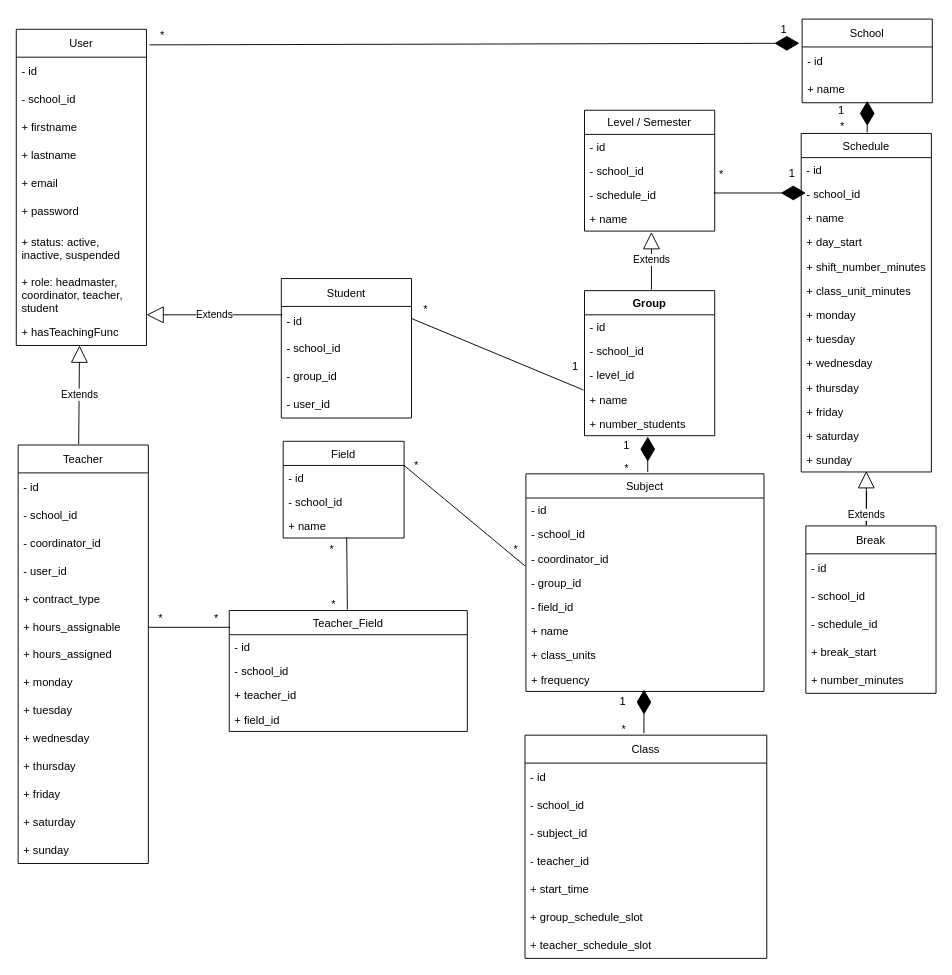
Earlier version of the draw.io diagram stages/3_Design/entities/entities_UML.drawio (JeromeVargas/schedule_maker). Source tidied: cells renumbered, new cells numbered last; positions are measured from the earlier drawing's top-left corner, leaving out a move shared by most shapes. Both pictures are drawn from the tidied source at 93%, with x=0, y=0 at pixel (16, 16).
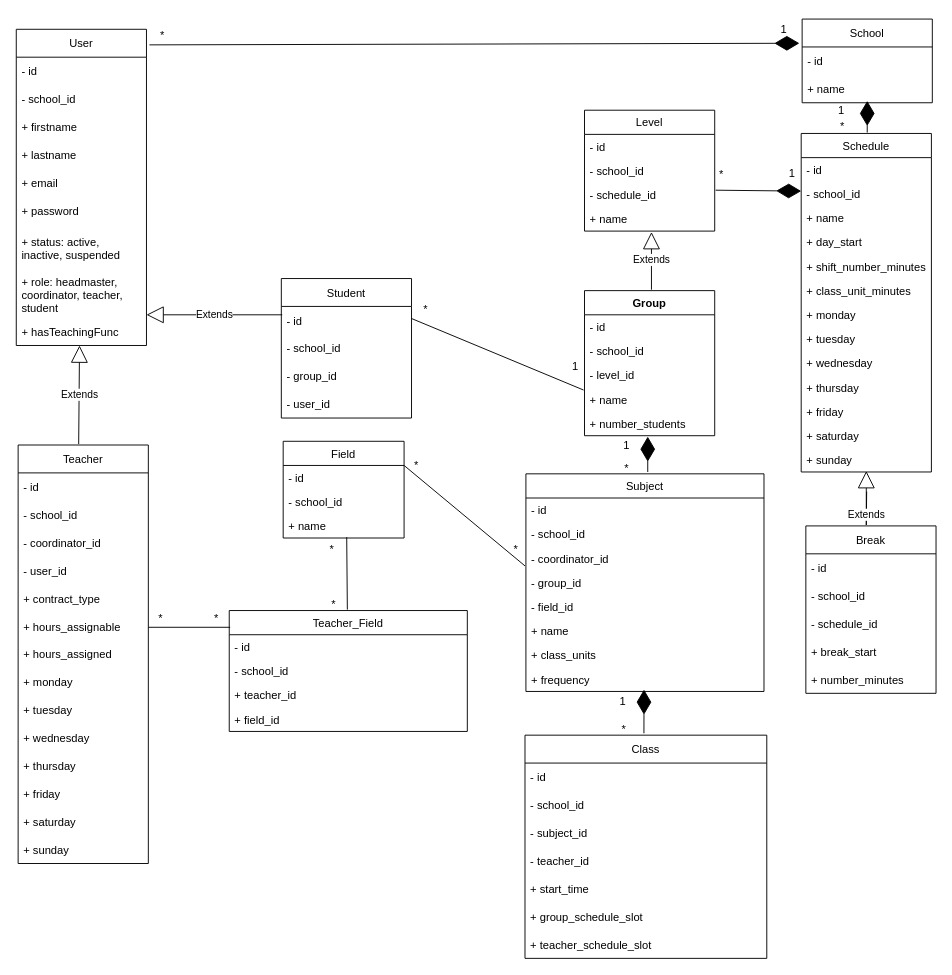
Above is the later version.

The change refers to these unchanged cells:
```xml
<mxCell id="104" value="*" style="text;html=1;align=center;verticalAlign=middle;points=[];strokeColor=none;fillColor=none;" parent="1" vertex="1">
  <mxGeometry x="743" y="155" width="30" height="30" as="geometry" />
</mxCell>
```

Change to the diagram source:
```diff
@@
-    <mxCell id="36" value="Level / Semester" style="swimlane;fontStyle=0;horizontal=1;startSize=26;fillColor=none;" parent="1" vertex="1">
+    <mxCell id="36" value="Level" style="swimlane;fontStyle=0;horizontal=1;startSize=26;fillColor=none;" parent="1" vertex="1">
       <mxGeometry x="611" y="101" width="140" height="130" as="geometry" />
     </mxCell>
@@
-    <mxCell id="111" style="endArrow=diamondThin;endFill=1;endSize=24;html=1;rounded=0;" parent="1" edge="1">
+    <mxCell id="111" style="endArrow=diamondThin;endFill=1;endSize=24;html=1;rounded=0;entryX=0.633;entryY=1.133;entryDx=0;entryDy=0;entryPerimeter=0;exitX=0.3;exitY=1.067;exitDx=0;exitDy=0;exitPerimeter=0;" parent="1" edge="1" source="104">
       <mxGeometry relative="1" as="geometry">
-        <mxPoint x="750" y="190" as="sourcePoint" />
-        <mxPoint x="849" y="190" as="targetPoint" />
+        <mxPoint x="844" y="188" as="targetPoint" />
       </mxGeometry>
     </mxCell>
```
